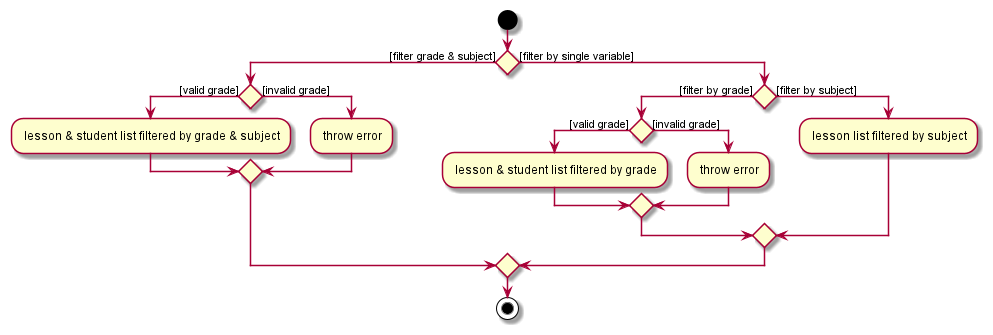
Above: docs/images/DeveloperGuideImage/FilterActivityDiagram.png in nus-cs2103-AY2122S1/tp (PlantUML), before the change.
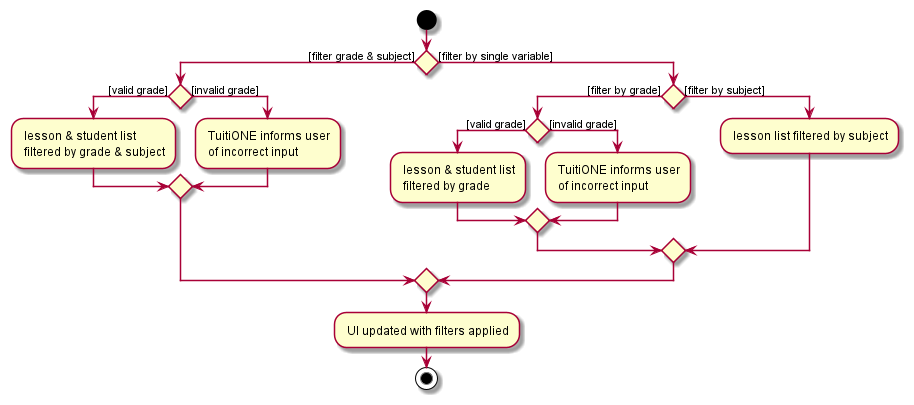
After the commit.

Commit message:
Update filter diagrams in developer guide

The edit, as a diff of the source:
```diff
@@ -3,22 +3,27 @@
 start
 if () then ([filter grade & subject])
     if () then ([valid grade])
-        : lesson & student list filtered by grade & subject;
+        : lesson & student list
+         filtered by grade & subject;
     else ([invalid grade])
-        : throw error;
+        : TuitiONE informs user
+         of incorrect input;
     endif
 else ([filter by single variable])
     if () then ([filter by grade])
         if () then ([valid grade])
-            : lesson & student list filtered by grade;
+            : lesson & student list
+             filtered by grade;
         else ([invalid grade])
-            : throw error;
+            : TuitiONE informs user
+             of incorrect input;
         endif
     else ([filter by subject])
         : lesson list filtered by subject;
 
     endif
 endif
+: UI updated with filters applied;
 stop
 
 @enduml
```
